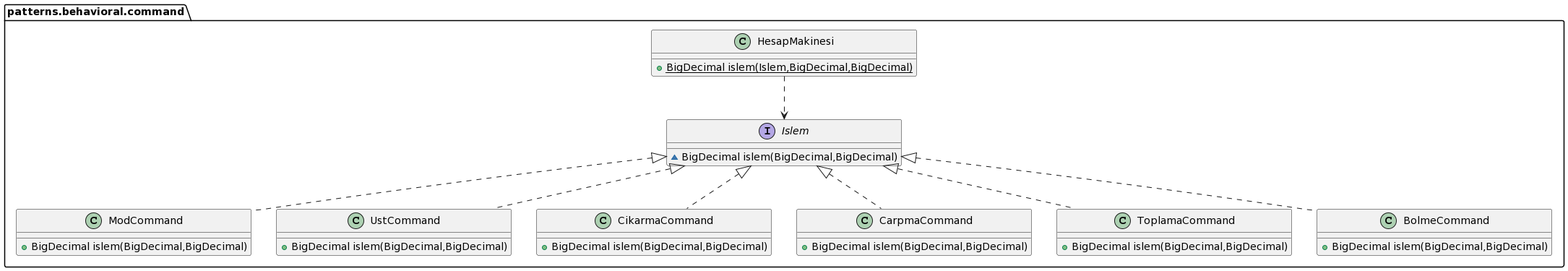
Earlier version of the PlantUML export umls/behavioral/CommandUML.png (MertBaran/Design-Patterns). Its diagram source:
```plantuml
@startuml
interface patterns.behavioral.command.Islem {
~ BigDecimal islem(BigDecimal,BigDecimal)
}
class patterns.behavioral.command.ModCommand {
+ BigDecimal islem(BigDecimal,BigDecimal)
}
class patterns.behavioral.command.UstCommand {
+ BigDecimal islem(BigDecimal,BigDecimal)
}
class patterns.behavioral.command.CikarmaCommand {
+ BigDecimal islem(BigDecimal,BigDecimal)
}
class patterns.behavioral.command.CarpmaCommand {
+ BigDecimal islem(BigDecimal,BigDecimal)
}
class patterns.behavioral.command.ToplamaCommand {
+ BigDecimal islem(BigDecimal,BigDecimal)
}

class patterns.behavioral.command.BolmeCommand {
+ BigDecimal islem(BigDecimal,BigDecimal)
}
class patterns.behavioral.command.HesapMakinesi {
+ {static} BigDecimal islem(Islem,BigDecimal,BigDecimal)
}
patterns.behavioral.command.HesapMakinesi ..> patterns.behavioral.command.Islem
patterns.behavioral.command.Islem <|.. patterns.behavioral.command.ModCommand
patterns.behavioral.command.Islem <|.. patterns.behavioral.command.UstCommand
patterns.behavioral.command.Islem <|.. patterns.behavioral.command.CikarmaCommand
patterns.behavioral.command.Islem <|.. patterns.behavioral.command.CarpmaCommand
patterns.behavioral.command.Islem <|.. patterns.behavioral.command.ToplamaCommand
patterns.behavioral.command.Islem <|.. patterns.behavioral.command.BolmeCommand
@enduml
```
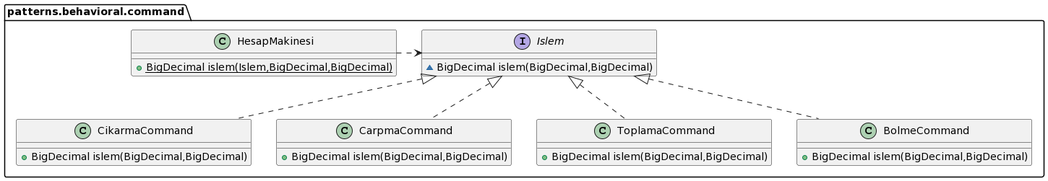
The same diagram one commit later.

Diff of the diagram source:
```diff
@@ -1,12 +1,6 @@
 @startuml
 interface patterns.behavioral.command.Islem {
 ~ BigDecimal islem(BigDecimal,BigDecimal)
-}
-class patterns.behavioral.command.ModCommand {
-+ BigDecimal islem(BigDecimal,BigDecimal)
-}
-class patterns.behavioral.command.UstCommand {
-+ BigDecimal islem(BigDecimal,BigDecimal)
 }
 class patterns.behavioral.command.CikarmaCommand {
 + BigDecimal islem(BigDecimal,BigDecimal)
@@ -24,9 +18,7 @@
 class patterns.behavioral.command.HesapMakinesi {
 + {static} BigDecimal islem(Islem,BigDecimal,BigDecimal)
 }
-patterns.behavioral.command.HesapMakinesi ..> patterns.behavioral.command.Islem
-patterns.behavioral.command.Islem <|.. patterns.behavioral.command.ModCommand
-patterns.behavioral.command.Islem <|.. patterns.behavioral.command.UstCommand
+patterns.behavioral.command.HesapMakinesi .> patterns.behavioral.command.Islem
 patterns.behavioral.command.Islem <|.. patterns.behavioral.command.CikarmaCommand
 patterns.behavioral.command.Islem <|.. patterns.behavioral.command.CarpmaCommand
 patterns.behavioral.command.Islem <|.. patterns.behavioral.command.ToplamaCommand
```
